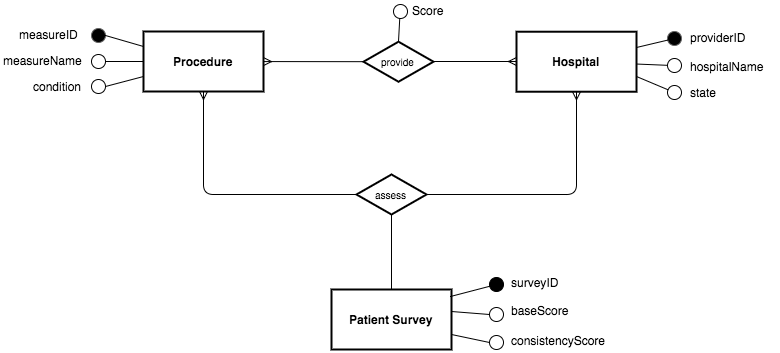
Before: exercise_1/loading_and_modelling/ER_diagram.png, a diagram exported from draw.io (sbrownstein/w205). Source tidied: cells renumbered, new cells last; positions are measured from the earlier drawing's top-left corner, leaving out a move shared by most shapes. Its diagram source:
```xml
<mxGraphModel background="#ffffff">
  <root>
    <mxCell id="0" style="html=1;" />
    <mxCell id="1" style="html=1;" parent="0" />
    <mxCell id="2" value="Hospital" style="strokeWidth=2;shape=mxgraph.er.entity;fontColor=#000000;buttonStyle=rect;fillColor=#ffffff;buttonText=;fontStyle=1;html=1;" parent="1" vertex="1">
      <mxGeometry x="515" y="30.2" width="120" height="60" as="geometry" />
    </mxCell>
    <mxCell id="3" style="edgeStyle=none;rounded=1;html=1;startArrow=ERmany;startFill=0;endArrow=none;endFill=0;jettySize=auto;strokeColor=#000000;entryX=0;entryY=0.5;" parent="1" edge="1" source="4" target="6">
      <mxGeometry relative="1" as="geometry">
        <Array as="points">
          <mxPoint x="202" y="193" />
        </Array>
      </mxGeometry>
    </mxCell>
    <mxCell id="4" value="Procedure" style="strokeWidth=2;shape=mxgraph.er.entity;fontColor=#000000;buttonStyle=rect;fillColor=#ffffff;buttonText=;fontStyle=1;html=1;" parent="1" vertex="1">
      <mxGeometry x="142" y="30" width="120" height="60" as="geometry" />
    </mxCell>
    <mxCell id="5" value="Patient Survey" style="strokeWidth=2;shape=mxgraph.er.entity;fontColor=#000000;buttonStyle=rect;fillColor=#ffffff;buttonText=;fontStyle=1;html=1;" parent="1" vertex="1">
      <mxGeometry x="330" y="288" width="120" height="60" as="geometry" />
    </mxCell>
    <mxCell id="6" value="assess" style="strokeWidth=2;shape=mxgraph.er.has;buttonText=;fontSize=10;buttonStyle=rhombus;fontColor=#000000;fontStyle=0;html=1;" parent="1" vertex="1">
      <mxGeometry x="355" y="173" width="70" height="40" as="geometry" />
    </mxCell>
    <mxCell id="7" value="provide" style="strokeWidth=2;shape=mxgraph.er.has;buttonText=;fontSize=10;buttonStyle=rhombus;fontColor=#000000;fontStyle=0;html=1;" parent="1" vertex="1">
      <mxGeometry x="362" y="40.2" width="70" height="40" as="geometry" />
    </mxCell>
    <mxCell id="8" style="edgeStyle=none;endArrow=ERmany;endFill=1;noEdgeStyle=1;html=1;" parent="1" edge="1" source="7" target="4">
      <mxGeometry relative="1" as="geometry" />
    </mxCell>
    <mxCell id="9" style="edgeStyle=none;endArrow=ERmany;noEdgeStyle=1;html=1;exitX=1;exitY=0.5;endFill=0;entryX=0;entryY=0.5;" parent="1" edge="1" source="7" target="2">
      <mxGeometry relative="1" as="geometry" />
    </mxCell>
    <mxCell id="10" style="edgeStyle=none;endArrow=ERmany;endFill=1;noEdgeStyle=1;html=1;exitX=1;exitY=0.5;" parent="1" edge="1" source="6" target="2">
      <mxGeometry relative="1" as="geometry">
        <Array as="points">
          <mxPoint x="575" y="193" />
        </Array>
      </mxGeometry>
    </mxCell>
    <mxCell id="11" style="edgeStyle=none;endArrow=none;noEdgeStyle=1;html=1;exitX=0.5;exitY=1;endFill=0;" parent="1" edge="1" source="6" target="5">
      <mxGeometry relative="1" as="geometry" />
    </mxCell>
    <mxCell id="12" style="group;" parent="1" vertex="1">
      <mxGeometry x="15" y="22" width="94" height="32" as="geometry" />
    </mxCell>
    <mxCell id="13" style="ellipse;whiteSpace=wrap;html=1;plain-gray;gradientColor=none;fillColor=#000000;" parent="12" vertex="1">
      <mxGeometry x="75" y="5" width="14" height="14" as="geometry" />
    </mxCell>
    <mxCell id="14" value="measureID" style="text;html=1;align=left;verticalAlign=top;spacingTop=-4;" parent="12" vertex="1">
      <mxGeometry x="1" y="2" width="70" height="20" as="geometry" />
    </mxCell>
    <mxCell id="15" style="group;" parent="1" vertex="1">
      <mxGeometry x="15" y="48" width="100" height="32" as="geometry" />
    </mxCell>
    <mxCell id="16" style="ellipse;whiteSpace=wrap;html=1;" parent="15" vertex="1">
      <mxGeometry x="75" y="5" width="14" height="14" as="geometry" />
    </mxCell>
    <mxCell id="17" value="measureName" style="text;html=1;align=left;verticalAlign=top;spacingTop=-4;" parent="15" vertex="1">
      <mxGeometry x="-15" y="2" width="90" height="20" as="geometry" />
    </mxCell>
    <mxCell id="18" style="group;" parent="1" vertex="1">
      <mxGeometry x="15" y="73" width="100" height="32" as="geometry" />
    </mxCell>
    <mxCell id="19" style="ellipse;whiteSpace=wrap;html=1;" parent="18" vertex="1">
      <mxGeometry x="75" y="5" width="14" height="14" as="geometry" />
    </mxCell>
    <mxCell id="20" value="condition" style="text;html=1;align=left;verticalAlign=top;spacingTop=-4;" parent="18" vertex="1">
      <mxGeometry x="15" y="3" width="60" height="20" as="geometry" />
    </mxCell>
    <mxCell id="21" style="rounded=1;html=1;exitX=1;exitY=0.5;entryX=0;entryY=0.25;startArrow=none;startFill=0;endArrow=none;endFill=0;jettySize=auto;strokeColor=#000000;" parent="1" edge="1" source="13" target="4">
      <mxGeometry relative="1" as="geometry" />
    </mxCell>
    <mxCell id="22" style="edgeStyle=none;rounded=1;html=1;startArrow=none;startFill=0;endArrow=none;endFill=0;jettySize=auto;strokeColor=#000000;entryX=1;entryY=0.5;" parent="1" edge="1" source="4" target="16">
      <mxGeometry relative="1" as="geometry" />
    </mxCell>
    <mxCell id="23" style="edgeStyle=none;rounded=1;html=1;exitX=0;exitY=0.75;entryX=1;entryY=0.5;startArrow=none;startFill=0;endArrow=none;endFill=0;jettySize=auto;strokeColor=#000000;" parent="1" edge="1" source="4" target="19">
      <mxGeometry relative="1" as="geometry" />
    </mxCell>
    <mxCell id="24" style="ellipse;whiteSpace=wrap;html=1;plain-gray;gradientColor=none;fillColor=#000000;" parent="1" vertex="1">
      <mxGeometry x="666" y="30" width="14" height="14" as="geometry" />
    </mxCell>
    <mxCell id="25" value="providerID" style="text;html=1;align=left;verticalAlign=top;spacingTop=-4;" parent="1" vertex="1">
      <mxGeometry x="687" y="27" width="70" height="20" as="geometry" />
    </mxCell>
    <mxCell id="26" style="edgeStyle=none;rounded=1;html=1;startArrow=none;startFill=0;endArrow=none;endFill=0;jettySize=auto;strokeColor=#000000;" parent="1" edge="1" source="24" target="2">
      <mxGeometry relative="1" as="geometry" />
    </mxCell>
    <mxCell id="27" style="ellipse;whiteSpace=wrap;html=1;fillColor=#ffffff;strokeColor=#000000;" parent="1" vertex="1">
      <mxGeometry x="666" y="57" width="14" height="14" as="geometry" />
    </mxCell>
    <mxCell id="28" style="edgeStyle=none;rounded=1;html=1;startArrow=none;startFill=0;endArrow=none;endFill=0;jettySize=auto;strokeColor=#000000;" parent="1" edge="1" source="27" target="2">
      <mxGeometry relative="1" as="geometry" />
    </mxCell>
    <mxCell id="29" style="ellipse;whiteSpace=wrap;html=1;fillColor=#ffffff;strokeColor=#000000;" parent="1" vertex="1">
      <mxGeometry x="666" y="84" width="14" height="14" as="geometry" />
    </mxCell>
    <mxCell id="30" style="edgeStyle=none;rounded=1;html=1;startArrow=none;startFill=0;endArrow=none;endFill=0;jettySize=auto;strokeColor=#000000;entryX=1;entryY=0.75;" parent="1" edge="1" source="29" target="2">
      <mxGeometry relative="1" as="geometry" />
    </mxCell>
    <mxCell id="31" value="state" style="text;html=1;align=left;verticalAlign=top;spacingTop=-4;" parent="1" vertex="1">
      <mxGeometry x="687" y="82" width="40" height="20" as="geometry" />
    </mxCell>
    <mxCell id="32" value="hospitalName" style="text;html=1;align=left;verticalAlign=top;spacingTop=-4;" parent="1" vertex="1">
      <mxGeometry x="687" y="56" width="90" height="20" as="geometry" />
    </mxCell>
    <mxCell id="33" style="edgeStyle=none;rounded=1;html=1;exitX=0.5;exitY=0;startArrow=none;startFill=0;endArrow=none;endFill=0;jettySize=auto;strokeColor=#000000;entryX=0.5;entryY=0;" parent="1" edge="1" source="7" target="34">
      <mxGeometry relative="1" as="geometry" />
    </mxCell>
    <mxCell id="34" style="ellipse;whiteSpace=wrap;html=1;fillColor=#ffffff;strokeColor=#000000;" parent="1" vertex="1">
      <mxGeometry x="392" y="3" width="14" height="14" as="geometry" />
    </mxCell>
    <mxCell id="35" value="Score" style="text;html=1;align=left;verticalAlign=top;spacingTop=-4;" parent="1" vertex="1">
      <mxGeometry x="409" width="50" height="20" as="geometry" />
    </mxCell>
    <mxCell id="36" style="ellipse;whiteSpace=wrap;html=1;fillColor=#ffffff;strokeColor=#000000;" parent="1" vertex="1">
      <mxGeometry x="488" y="306" width="14" height="14" as="geometry" />
    </mxCell>
    <mxCell id="37" style="ellipse;whiteSpace=wrap;html=1;fillColor=#ffffff;strokeColor=#000000;direction=south;" parent="1" vertex="1">
      <mxGeometry x="488" y="334" width="14" height="14" as="geometry" />
    </mxCell>
    <mxCell id="38" style="edgeStyle=none;rounded=1;html=1;exitX=1;exitY=0.367;entryX=0;entryY=0.5;startArrow=none;startFill=0;endArrow=none;endFill=0;jettySize=auto;strokeColor=#000000;exitPerimeter=0;" parent="1" edge="1" source="5" target="36">
      <mxGeometry relative="1" as="geometry" />
    </mxCell>
    <mxCell id="39" style="edgeStyle=none;rounded=1;html=1;exitX=1;exitY=0.75;entryX=0.5;entryY=1;startArrow=none;startFill=0;endArrow=none;endFill=0;jettySize=auto;strokeColor=#000000;" parent="1" edge="1" source="5" target="37">
      <mxGeometry relative="1" as="geometry" />
    </mxCell>
    <mxCell id="40" value="&lt;div&gt;baseScore&lt;/div&gt;" style="text;html=1;align=left;verticalAlign=top;spacingTop=-4;" parent="1" vertex="1">
      <mxGeometry x="508" y="300" width="70" height="20" as="geometry" />
    </mxCell>
    <mxCell id="41" value="consistencyScore" style="text;html=1;align=left;verticalAlign=top;spacingTop=-4;" parent="1" vertex="1">
      <mxGeometry x="508" y="330" width="110" height="20" as="geometry" />
    </mxCell>
    <mxCell id="42" value="surveyID" style="text;html=1;align=left;verticalAlign=top;spacingTop=-4;" parent="1" vertex="1">
      <mxGeometry x="508" y="272" width="60" height="20" as="geometry" />
    </mxCell>
    <mxCell id="43" style="edgeStyle=none;rounded=1;html=1;startArrow=none;startFill=0;endArrow=none;endFill=0;jettySize=auto;strokeColor=#000000;entryX=0.992;entryY=0.117;entryPerimeter=0;" parent="1" edge="1" source="44" target="5">
      <mxGeometry relative="1" as="geometry" />
    </mxCell>
    <mxCell id="44" style="ellipse;whiteSpace=wrap;html=1;fillColor=#000000;strokeColor=#000000;" parent="1" vertex="1">
      <mxGeometry x="488" y="276" width="14" height="14" as="geometry" />
    </mxCell>
  </root>
</mxGraphModel>
```
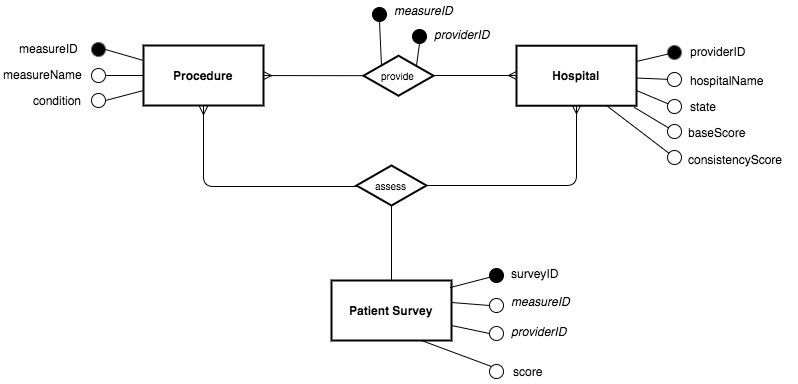
After the change.

Change to the diagram source:
```diff
@@ -5,22 +5,21 @@
     <mxCell id="2" value="Hospital" style="strokeWidth=2;shape=mxgraph.er.entity;fontColor=#000000;buttonStyle=rect;fillColor=#ffffff;buttonText=;fontStyle=1;html=1;" parent="1" vertex="1">
       <mxGeometry x="515" y="30.2" width="120" height="60" as="geometry" />
     </mxCell>
-    <mxCell id="3" style="edgeStyle=none;rounded=1;html=1;startArrow=ERmany;startFill=0;endArrow=none;endFill=0;jettySize=auto;strokeColor=#000000;entryX=0;entryY=0.5;" parent="1" edge="1" source="4" target="6">
-      <mxGeometry relative="1" as="geometry">
-        <Array as="points">
-          <mxPoint x="202" y="193" />
-        </Array>
-      </mxGeometry>
-    </mxCell>
     <mxCell id="4" value="Procedure" style="strokeWidth=2;shape=mxgraph.er.entity;fontColor=#000000;buttonStyle=rect;fillColor=#ffffff;buttonText=;fontStyle=1;html=1;" parent="1" vertex="1">
       <mxGeometry x="142" y="30" width="120" height="60" as="geometry" />
     </mxCell>
     <mxCell id="5" value="Patient Survey" style="strokeWidth=2;shape=mxgraph.er.entity;fontColor=#000000;buttonStyle=rect;fillColor=#ffffff;buttonText=;fontStyle=1;html=1;" parent="1" vertex="1">
-      <mxGeometry x="330" y="288" width="120" height="60" as="geometry" />
+      <mxGeometry x="330" y="265" width="120" height="60" as="geometry" />
     </mxCell>
     <mxCell id="6" value="assess" style="strokeWidth=2;shape=mxgraph.er.has;buttonText=;fontSize=10;buttonStyle=rhombus;fontColor=#000000;fontStyle=0;html=1;" parent="1" vertex="1">
-      <mxGeometry x="355" y="173" width="70" height="40" as="geometry" />
+      <mxGeometry x="355" y="150" width="70" height="40" as="geometry" />
     </mxCell>
+    <mxCell id="45" style="edgeStyle=none;rounded=1;html=1;exitX=0.25;exitY=0.25;exitPerimeter=0;entryX=0.5;entryY=1;startArrow=none;startFill=0;endArrow=none;endFill=0;jettySize=auto;strokeColor=#000000;" parent="1" edge="1" source="7" target="50">
+      <mxGeometry relative="1" as="geometry" />
+    </mxCell>
+    <mxCell id="46" style="edgeStyle=none;rounded=1;html=1;exitX=0.75;exitY=0.25;exitPerimeter=0;entryX=1;entryY=0.5;startArrow=none;startFill=0;endArrow=none;endFill=0;jettySize=auto;strokeColor=#000000;" parent="1" edge="1" source="7" target="51">
+      <mxGeometry relative="1" as="geometry" />
+    </mxCell>
     <mxCell id="7" value="provide" style="strokeWidth=2;shape=mxgraph.er.has;buttonText=;fontSize=10;buttonStyle=rhombus;fontColor=#000000;fontStyle=0;html=1;" parent="1" vertex="1">
       <mxGeometry x="362" y="40.2" width="70" height="40" as="geometry" />
     </mxCell>
@@ -33,7 +32,7 @@
     <mxCell id="10" style="edgeStyle=none;endArrow=ERmany;endFill=1;noEdgeStyle=1;html=1;exitX=1;exitY=0.5;" parent="1" edge="1" source="6" target="2">
       <mxGeometry relative="1" as="geometry">
         <Array as="points">
-          <mxPoint x="575" y="193" />
+          <mxPoint x="575" y="170" />
         </Array>
       </mxGeometry>
     </mxCell>
@@ -103,41 +102,80 @@
     <mxCell id="32" value="hospitalName" style="text;html=1;align=left;verticalAlign=top;spacingTop=-4;" parent="1" vertex="1">
       <mxGeometry x="687" y="56" width="90" height="20" as="geometry" />
     </mxCell>
-    <mxCell id="33" style="edgeStyle=none;rounded=1;html=1;exitX=0.5;exitY=0;startArrow=none;startFill=0;endArrow=none;endFill=0;jettySize=auto;strokeColor=#000000;entryX=0.5;entryY=0;" parent="1" edge="1" source="7" target="34">
-      <mxGeometry relative="1" as="geometry" />
-    </mxCell>
-    <mxCell id="34" style="ellipse;whiteSpace=wrap;html=1;fillColor=#ffffff;strokeColor=#000000;" parent="1" vertex="1">
-      <mxGeometry x="392" y="3" width="14" height="14" as="geometry" />
-    </mxCell>
-    <mxCell id="35" value="Score" style="text;html=1;align=left;verticalAlign=top;spacingTop=-4;" parent="1" vertex="1">
-      <mxGeometry x="409" width="50" height="20" as="geometry" />
-    </mxCell>
-    <mxCell id="36" style="ellipse;whiteSpace=wrap;html=1;fillColor=#ffffff;strokeColor=#000000;" parent="1" vertex="1">
-      <mxGeometry x="488" y="306" width="14" height="14" as="geometry" />
+    <mxCell id="36" style="ellipse;whiteSpace=wrap;html=1;fillColor=#FFFFFF;strokeColor=#000000;" parent="1" vertex="1">
+      <mxGeometry x="488" y="283" width="14" height="14" as="geometry" />
     </mxCell>
-    <mxCell id="37" style="ellipse;whiteSpace=wrap;html=1;fillColor=#ffffff;strokeColor=#000000;direction=south;" parent="1" vertex="1">
-      <mxGeometry x="488" y="334" width="14" height="14" as="geometry" />
+    <mxCell id="37" style="ellipse;whiteSpace=wrap;html=1;fillColor=#FFFFFF;strokeColor=#000000;direction=south;" parent="1" vertex="1">
+      <mxGeometry x="488" y="311" width="14" height="14" as="geometry" />
     </mxCell>
+    <mxCell id="47" style="edgeStyle=none;rounded=1;html=1;exitX=0;exitY=1;startArrow=none;startFill=0;endArrow=none;endFill=0;jettySize=auto;strokeColor=#000000;entryX=0.75;entryY=1;" parent="1" edge="1" source="48" target="5">
+      <mxGeometry relative="1" as="geometry" />
+    </mxCell>
+    <mxCell id="48" style="ellipse;whiteSpace=wrap;html=1;fillColor=#ffffff;strokeColor=#000000;direction=south;" parent="1" vertex="1">
+      <mxGeometry x="488" y="349" width="14" height="14" as="geometry" />
+    </mxCell>
     <mxCell id="38" style="edgeStyle=none;rounded=1;html=1;exitX=1;exitY=0.367;entryX=0;entryY=0.5;startArrow=none;startFill=0;endArrow=none;endFill=0;jettySize=auto;strokeColor=#000000;exitPerimeter=0;" parent="1" edge="1" source="5" target="36">
       <mxGeometry relative="1" as="geometry" />
     </mxCell>
     <mxCell id="39" style="edgeStyle=none;rounded=1;html=1;exitX=1;exitY=0.75;entryX=0.5;entryY=1;startArrow=none;startFill=0;endArrow=none;endFill=0;jettySize=auto;strokeColor=#000000;" parent="1" edge="1" source="5" target="37">
       <mxGeometry relative="1" as="geometry" />
     </mxCell>
-    <mxCell id="40" value="&lt;div&gt;baseScore&lt;/div&gt;" style="text;html=1;align=left;verticalAlign=top;spacingTop=-4;" parent="1" vertex="1">
-      <mxGeometry x="508" y="300" width="70" height="20" as="geometry" />
+    <mxCell id="40" value="&lt;div&gt;&lt;i&gt;measureID&lt;/i&gt;&lt;/div&gt;" style="text;html=1;align=left;verticalAlign=top;spacingTop=-4;" parent="1" vertex="1">
+      <mxGeometry x="508" y="277" width="70" height="20" as="geometry" />
     </mxCell>
-    <mxCell id="41" value="consistencyScore" style="text;html=1;align=left;verticalAlign=top;spacingTop=-4;" parent="1" vertex="1">
-      <mxGeometry x="508" y="330" width="110" height="20" as="geometry" />
+    <mxCell id="41" value="&lt;i&gt;providerID&lt;/i&gt;" style="text;html=1;align=left;verticalAlign=top;spacingTop=-4;" parent="1" vertex="1">
+      <mxGeometry x="508" y="307" width="70" height="20" as="geometry" />
     </mxCell>
+    <mxCell id="3" style="edgeStyle=none;rounded=1;html=1;startArrow=ERmany;startFill=0;endArrow=none;endFill=0;jettySize=auto;orthogonalLoop=1;strokeColor=#000000;entryX=0;entryY=0.5;" parent="1" edge="1">
+      <mxGeometry relative="1" as="geometry">
+        <mxPoint x="202" y="91" as="sourcePoint" />
+        <mxPoint x="355" y="171" as="targetPoint" />
+        <Array as="points">
+          <mxPoint x="202" y="171" />
+        </Array>
+      </mxGeometry>
+    </mxCell>
     <mxCell id="42" value="surveyID" style="text;html=1;align=left;verticalAlign=top;spacingTop=-4;" parent="1" vertex="1">
-      <mxGeometry x="508" y="272" width="60" height="20" as="geometry" />
+      <mxGeometry x="508" y="249" width="60" height="20" as="geometry" />
     </mxCell>
+    <mxCell id="44" style="ellipse;whiteSpace=wrap;html=1;fillColor=#000000;strokeColor=#000000;" parent="1" vertex="1">
+      <mxGeometry x="488" y="253" width="14" height="14" as="geometry" />
+    </mxCell>
     <mxCell id="43" style="edgeStyle=none;rounded=1;html=1;startArrow=none;startFill=0;endArrow=none;endFill=0;jettySize=auto;strokeColor=#000000;entryX=0.992;entryY=0.117;entryPerimeter=0;" parent="1" edge="1" source="44" target="5">
       <mxGeometry relative="1" as="geometry" />
     </mxCell>
-    <mxCell id="44" style="ellipse;whiteSpace=wrap;html=1;fillColor=#000000;strokeColor=#000000;" parent="1" vertex="1">
-      <mxGeometry x="488" y="276" width="14" height="14" as="geometry" />
-    </mxCell>
+    <mxCell id="49" value="score" style="text;html=1;align=left;verticalAlign=top;spacingTop=-4;" parent="1" vertex="1">
+      <mxGeometry x="510" y="347" width="40" height="20" as="geometry" />
+    </mxCell>
+    <mxCell id="50" style="ellipse;whiteSpace=wrap;html=1;fillColor=#000000;strokeColor=#000000;" parent="1" vertex="1">
+      <mxGeometry x="371" y="-8" width="14" height="14" as="geometry" />
+    </mxCell>
+    <mxCell id="51" style="ellipse;whiteSpace=wrap;html=1;fillColor=#000000;strokeColor=#000000;direction=south;" parent="1" vertex="1">
+      <mxGeometry x="411" y="14" width="14" height="14" as="geometry" />
+    </mxCell>
+    <mxCell id="52" value="&lt;div&gt;&lt;i&gt;measureID&lt;/i&gt;&lt;/div&gt;" style="text;html=1;align=left;verticalAlign=top;spacingTop=-4;" parent="1" vertex="1">
+      <mxGeometry x="391" y="-14" width="70" height="20" as="geometry" />
+    </mxCell>
+    <mxCell id="53" value="&lt;i&gt;providerID&lt;/i&gt;" style="text;html=1;align=left;verticalAlign=top;spacingTop=-4;" parent="1" vertex="1">
+      <mxGeometry x="431" y="10" width="70" height="20" as="geometry" />
+    </mxCell>
+    <mxCell id="54" style="ellipse;whiteSpace=wrap;html=1;fillColor=#ffffff;strokeColor=#000000;" parent="1" vertex="1">
+      <mxGeometry x="666" y="109" width="14" height="14" as="geometry" />
+    </mxCell>
+    <mxCell id="55" style="edgeStyle=none;rounded=1;html=1;startArrow=none;startFill=0;endArrow=none;endFill=0;jettySize=auto;strokeColor=#000000;entryX=0.983;entryY=1.03;entryPerimeter=0;" parent="1" edge="1" source="54" target="2">
+      <mxGeometry x="597" y="256.5" as="geometry" />
+    </mxCell>
+    <mxCell id="56" style="ellipse;whiteSpace=wrap;html=1;fillColor=#ffffff;strokeColor=#000000;" parent="1" vertex="1">
+      <mxGeometry x="666" y="135" width="14" height="14" as="geometry" />
+    </mxCell>
+    <mxCell id="57" style="edgeStyle=none;rounded=1;html=1;startArrow=none;startFill=0;endArrow=none;endFill=0;jettySize=auto;strokeColor=#000000;entryX=0.75;entryY=1;" parent="1" edge="1" source="56" target="2">
+      <mxGeometry x="597" y="269" as="geometry" />
+    </mxCell>
+    <mxCell id="58" value="consistencyScore" style="text;html=1;align=left;verticalAlign=top;spacingTop=-4;" parent="1" vertex="1">
+      <mxGeometry x="685" y="135" width="110" height="20" as="geometry" />
+    </mxCell>
+    <mxCell id="59" value="baseScore" style="text;html=1;align=left;verticalAlign=top;spacingTop=-4;" parent="1" vertex="1">
+      <mxGeometry x="685" y="108" width="70" height="20" as="geometry" />
+    </mxCell>
   </root>
 </mxGraphModel>
```
